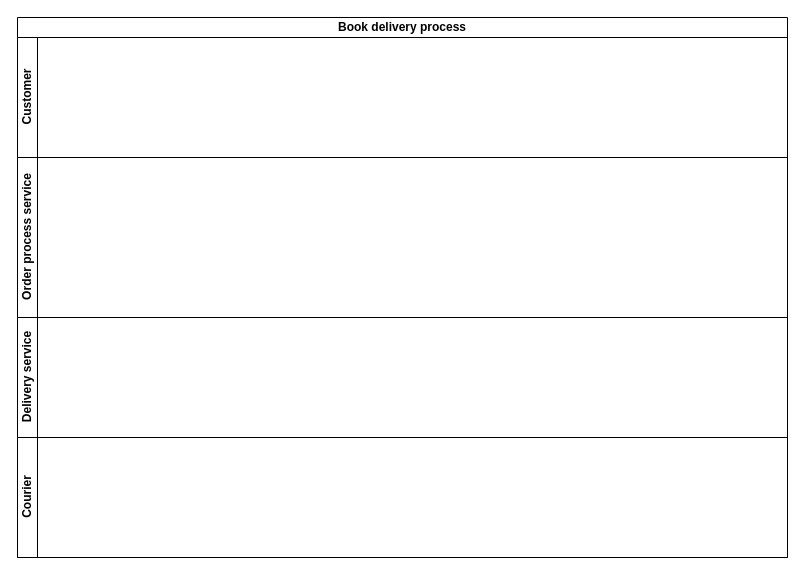
semwett0301/blps-labs keeps this draw.io diagram as documentation/bpmn_1.drawio. Above is the earlier version. Source tidied: cells renumbered, new cells numbered last; positions are measured from the earlier drawing's top-left corner, leaving out a move shared by most shapes. Both pictures are drawn from the tidied source at 100%, with x=0, y=0 at pixel (17, 17).
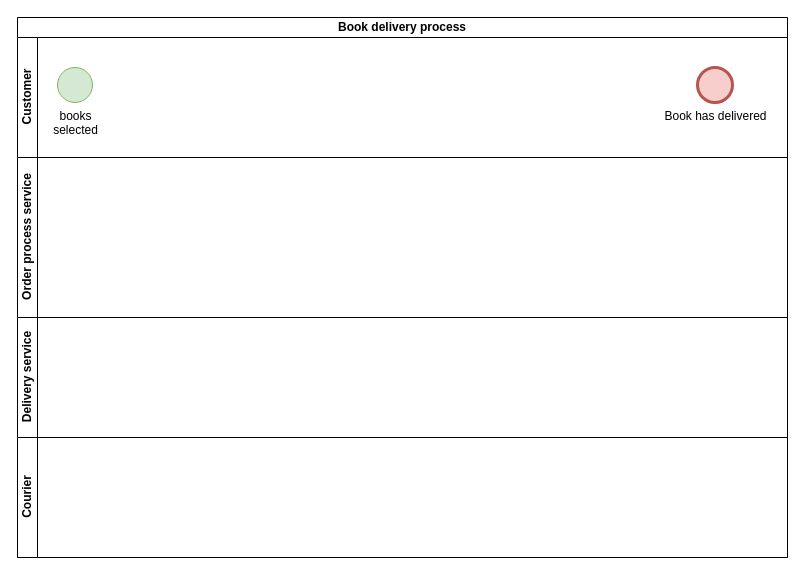
The same diagram, later.

Diff of the diagram source:
```diff
@@
 <mxGraphModel>
   <root>
     <mxCell id="0" />
     <mxCell id="1" parent="0" />
     <mxCell id="2" value="Book delivery process" style="swimlane;html=1;horizontal=1;startSize=20;whiteSpace=wrap;" parent="1" vertex="1">
       <mxGeometry width="770" height="540" as="geometry" />
     </mxCell>
     <mxCell id="3" value="Customer" style="swimlane;html=1;startSize=20;horizontal=0;" parent="2" vertex="1">
       <mxGeometry y="20" width="770" height="120" as="geometry" />
     </mxCell>
+    <mxCell id="7" value="books &lt;br&gt;selected" style="shape=mxgraph.bpmn.event;html=1;verticalLabelPosition=bottom;labelBackgroundColor=#ffffff;verticalAlign=top;align=center;perimeter=ellipsePerimeter;outline=standard;symbol=general;direction=south;fillColor=#d5e8d4;strokeColor=#82b366;" parent="3" vertex="1">
+      <mxGeometry x="40" y="30" width="35" height="35" as="geometry" />
+    </mxCell>
+    <mxCell id="8" value="Book has delivered" style="shape=mxgraph.bpmn.event;html=1;verticalLabelPosition=bottom;labelBackgroundColor=#ffffff;verticalAlign=top;align=center;perimeter=ellipsePerimeter;outline=end;symbol=terminate2;fillColor=#f8cecc;strokeColor=#b85450;" parent="3" vertex="1">
+      <mxGeometry x="680" y="30" width="35" height="35" as="geometry" />
+    </mxCell>
     <mxCell id="4" value="Order process service" style="swimlane;html=1;startSize=20;horizontal=0;" parent="2" vertex="1">
       <mxGeometry y="140" width="770" height="160" as="geometry" />
     </mxCell>
     <mxCell id="5" value="Delivery service" style="swimlane;html=1;startSize=20;horizontal=0;" parent="2" vertex="1">
       <mxGeometry y="300" width="770" height="120" as="geometry" />
     </mxCell>
     <mxCell id="6" value="Courier" style="swimlane;html=1;startSize=20;horizontal=0;" parent="2" vertex="1">
       <mxGeometry y="420" width="770" height="120" as="geometry" />
     </mxCell>
   </root>
 </mxGraphModel>
```
